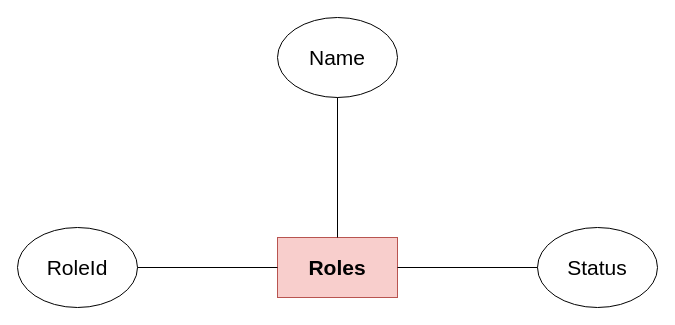
Before: page "Page-3" (3 of 11) of Document/account.drawio in anhnmt/csharp-online-banking, a draw.io diagram. Source tidied: cells renumbered, new cells numbered last; positions are measured from the earlier drawing's top-left corner, leaving out a move shared by most shapes. Both pictures are drawn from the tidied source at 100%, with x=0, y=0 at pixel (17, 17).
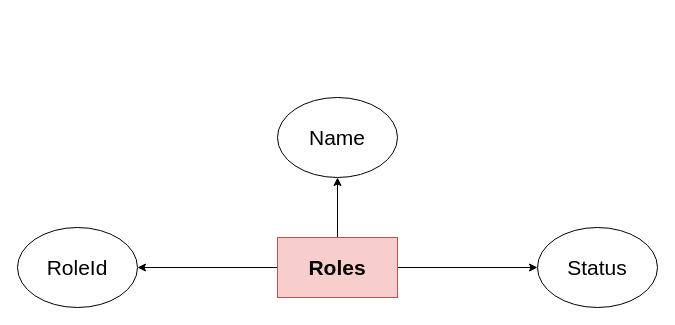
Above is the later version.

What changed in the source:
```diff
@@
 <mxGraphModel>
   <root>
     <mxCell id="0" />
     <mxCell id="1" parent="0" />
+    <mxCell id="9" style="edgeStyle=orthogonalEdgeStyle;rounded=0;jettySize=auto;html=1;" parent="1" edge="1" source="2" target="3">
+      <mxGeometry relative="1" as="geometry" />
+    </mxCell>
+    <mxCell id="8" style="edgeStyle=orthogonalEdgeStyle;rounded=0;jettySize=auto;html=1;entryX=0.5;entryY=1;entryDx=0;entryDy=0;" parent="1" edge="1" source="2" target="7">
+      <mxGeometry relative="1" as="geometry" />
+    </mxCell>
+    <mxCell id="10" style="edgeStyle=orthogonalEdgeStyle;rounded=0;jettySize=auto;html=1;" parent="1" edge="1" source="2" target="4">
+      <mxGeometry relative="1" as="geometry" />
+    </mxCell>
     <mxCell id="2" value="Roles" style="rounded=0;whiteSpace=wrap;html=1;fontSize=21;fontStyle=1;fillColor=#f8cecc;strokeColor=#b85450;" parent="1" vertex="1">
       <mxGeometry x="260" y="220" width="120" height="60" as="geometry" />
     </mxCell>
     <mxCell id="3" value="RoleId" style="ellipse;whiteSpace=wrap;html=1;fontSize=21;" parent="1" vertex="1">
       <mxGeometry y="210" width="120" height="80" as="geometry" />
     </mxCell>
     <mxCell id="4" value="Status" style="ellipse;whiteSpace=wrap;html=1;fontSize=21;" parent="1" vertex="1">
       <mxGeometry x="520" y="210" width="120" height="80" as="geometry" />
     </mxCell>
-    <mxCell id="5" style="endArrow=none;html=1;fontSize=21;exitX=1;exitY=0.5;exitDx=0;exitDy=0;entryX=0;entryY=0.5;entryDx=0;entryDy=0;" parent="1" edge="1" source="3" target="2">
-      <mxGeometry relative="1" as="geometry" />
-    </mxCell>
-    <mxCell id="6" style="endArrow=none;html=1;fontSize=21;entryX=1;entryY=0.5;entryDx=0;entryDy=0;" parent="1" edge="1" source="4" target="2">
-      <mxGeometry relative="1" as="geometry" />
-    </mxCell>
     <mxCell id="7" value="Name" style="ellipse;whiteSpace=wrap;html=1;fontSize=21;" parent="1" vertex="1">
-      <mxGeometry x="260" width="120" height="80" as="geometry" />
+      <mxGeometry x="260" y="80" width="120" height="80" as="geometry" />
     </mxCell>
-    <mxCell id="8" style="endArrow=none;html=1;fontSize=21;exitX=0.5;exitY=0;exitDx=0;exitDy=0;entryX=0.5;entryY=1;entryDx=0;entryDy=0;" parent="1" edge="1" source="2" target="7">
-      <mxGeometry relative="1" as="geometry" />
-    </mxCell>
   </root>
 </mxGraphModel>
```
